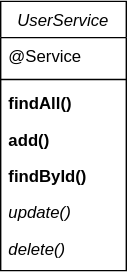
Before: src/main/java/com/example/demo/DbDiagram.svg, a diagram exported from draw.io (ghezaliwahiba/SlackProjetFinal). Source tidied: cells renumbered, new cells last; positions are measured from the earlier drawing's top-left corner, leaving out a move shared by most shapes.
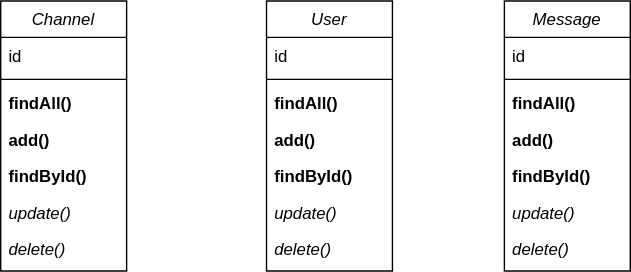
After the change.

Commit message:
Ajout des tables dans DbDiagram.svg

What changed in the source:
```diff
@@ -2,10 +2,10 @@
   <root>
     <mxCell id="0" />
     <mxCell id="1" parent="0" />
-    <mxCell id="2" value="UserService" style="swimlane;fontStyle=2;align=center;verticalAlign=top;horizontal=1;startSize=26;rounded=0;shadow=0;strokeWidth=1;" parent="1" vertex="1">
+    <mxCell id="2" value="Channel" style="swimlane;fontStyle=2;align=center;verticalAlign=top;horizontal=1;startSize=26;rounded=0;shadow=0;strokeWidth=1;" parent="1" vertex="1">
       <mxGeometry width="90" height="193" as="geometry" />
     </mxCell>
-    <mxCell id="3" value="@Service" style="text;align=left;verticalAlign=top;spacingLeft=4;spacingRight=4;overflow=hidden;" parent="2" vertex="1">
+    <mxCell id="3" value="id" style="text;align=left;verticalAlign=top;spacingLeft=4;spacingRight=4;overflow=hidden;" parent="2" vertex="1">
       <mxGeometry y="26" width="90" height="26" as="geometry" />
     </mxCell>
     <mxCell id="4" style="line;html=1;strokeWidth=1;align=left;verticalAlign=middle;spacingTop=-1;spacingLeft=3;spacingRight=3;labelPosition=right;" parent="2" vertex="1">
@@ -26,5 +26,53 @@
     <mxCell id="9" value="delete()" style="text;align=left;verticalAlign=top;spacingLeft=4;spacingRight=4;overflow=hidden;fontStyle=2;" parent="2" vertex="1">
       <mxGeometry y="164" width="90" height="26" as="geometry" />
     </mxCell>
+    <mxCell id="10" value="User" style="swimlane;fontStyle=2;align=center;verticalAlign=top;horizontal=1;startSize=26;rounded=0;shadow=0;strokeWidth=1;" parent="1" vertex="1">
+      <mxGeometry x="190" width="90" height="193" as="geometry" />
+    </mxCell>
+    <mxCell id="11" value="id" style="text;align=left;verticalAlign=top;spacingLeft=4;spacingRight=4;overflow=hidden;" parent="10" vertex="1">
+      <mxGeometry y="26" width="90" height="26" as="geometry" />
+    </mxCell>
+    <mxCell id="12" style="line;html=1;strokeWidth=1;align=left;verticalAlign=middle;spacingTop=-1;spacingLeft=3;spacingRight=3;labelPosition=right;" parent="10" vertex="1">
+      <mxGeometry y="52" width="90" height="8" as="geometry" />
+    </mxCell>
+    <mxCell id="13" value="findAll()" style="text;align=left;verticalAlign=top;spacingLeft=4;spacingRight=4;overflow=hidden;fontStyle=1;" parent="10" vertex="1">
+      <mxGeometry y="60" width="90" height="26" as="geometry" />
+    </mxCell>
+    <mxCell id="14" value="add()" style="text;align=left;verticalAlign=top;spacingLeft=4;spacingRight=4;overflow=hidden;fontStyle=1;" parent="10" vertex="1">
+      <mxGeometry y="86" width="90" height="26" as="geometry" />
+    </mxCell>
+    <mxCell id="15" value="findById()" style="text;align=left;verticalAlign=top;spacingLeft=4;spacingRight=4;overflow=hidden;fontStyle=1;" parent="10" vertex="1">
+      <mxGeometry y="112" width="90" height="26" as="geometry" />
+    </mxCell>
+    <mxCell id="16" value="update()" style="text;align=left;verticalAlign=top;spacingLeft=4;spacingRight=4;overflow=hidden;fontStyle=2;" parent="10" vertex="1">
+      <mxGeometry y="138" width="90" height="26" as="geometry" />
+    </mxCell>
+    <mxCell id="17" value="delete()" style="text;align=left;verticalAlign=top;spacingLeft=4;spacingRight=4;overflow=hidden;fontStyle=2;" parent="10" vertex="1">
+      <mxGeometry y="164" width="90" height="26" as="geometry" />
+    </mxCell>
+    <mxCell id="18" value="Message" style="swimlane;fontStyle=2;align=center;verticalAlign=top;horizontal=1;startSize=26;rounded=0;shadow=0;strokeWidth=1;" parent="1" vertex="1">
+      <mxGeometry x="360" width="90" height="193" as="geometry" />
+    </mxCell>
+    <mxCell id="19" value="id" style="text;align=left;verticalAlign=top;spacingLeft=4;spacingRight=4;overflow=hidden;" parent="18" vertex="1">
+      <mxGeometry y="26" width="90" height="26" as="geometry" />
+    </mxCell>
+    <mxCell id="20" style="line;html=1;strokeWidth=1;align=left;verticalAlign=middle;spacingTop=-1;spacingLeft=3;spacingRight=3;labelPosition=right;" parent="18" vertex="1">
+      <mxGeometry y="52" width="90" height="8" as="geometry" />
+    </mxCell>
+    <mxCell id="21" value="findAll()" style="text;align=left;verticalAlign=top;spacingLeft=4;spacingRight=4;overflow=hidden;fontStyle=1;" parent="18" vertex="1">
+      <mxGeometry y="60" width="90" height="26" as="geometry" />
+    </mxCell>
+    <mxCell id="22" value="add()" style="text;align=left;verticalAlign=top;spacingLeft=4;spacingRight=4;overflow=hidden;fontStyle=1;" parent="18" vertex="1">
+      <mxGeometry y="86" width="90" height="26" as="geometry" />
+    </mxCell>
+    <mxCell id="23" value="findById()" style="text;align=left;verticalAlign=top;spacingLeft=4;spacingRight=4;overflow=hidden;fontStyle=1;" parent="18" vertex="1">
+      <mxGeometry y="112" width="90" height="26" as="geometry" />
+    </mxCell>
+    <mxCell id="24" value="update()" style="text;align=left;verticalAlign=top;spacingLeft=4;spacingRight=4;overflow=hidden;fontStyle=2;" parent="18" vertex="1">
+      <mxGeometry y="138" width="90" height="26" as="geometry" />
+    </mxCell>
+    <mxCell id="25" value="delete()" style="text;align=left;verticalAlign=top;spacingLeft=4;spacingRight=4;overflow=hidden;fontStyle=2;" parent="18" vertex="1">
+      <mxGeometry y="164" width="90" height="26" as="geometry" />
+    </mxCell>
   </root>
 </mxGraphModel>
```
